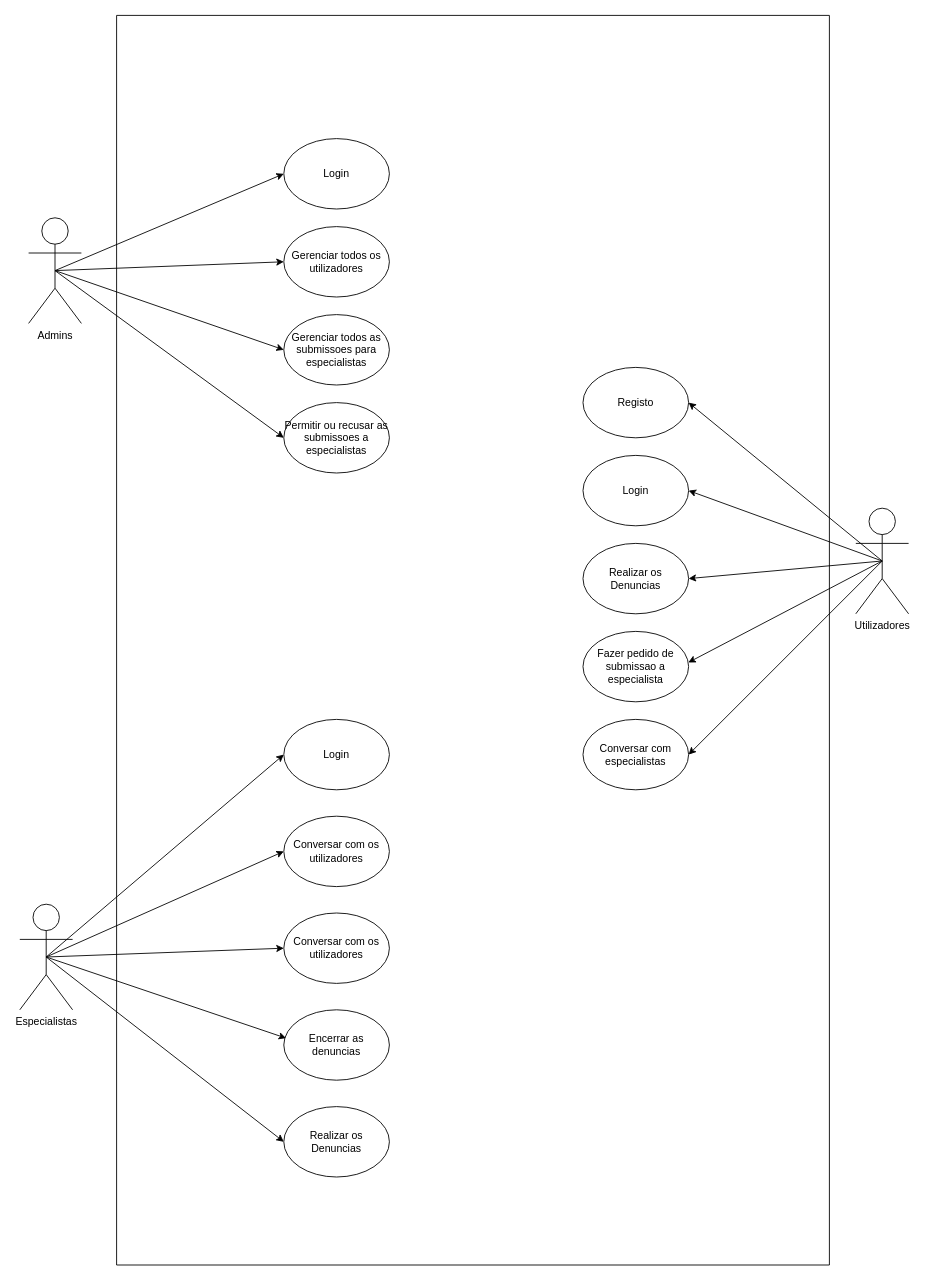
Above: page "Casos de Uso" (1 of 2) of Drawio/Casos_de_Uso.drawio in henriqueolivgp/Plataforma-De-Denuncias-De-Ciberataques (draw.io), before the change. Source tidied: cells renumbered, new cells numbered last; positions are measured from the earlier drawing's top-left corner, leaving out a move shared by most shapes. Both pictures are drawn from the tidied source at 88%, with x=0, y=0 at pixel (19, 15).
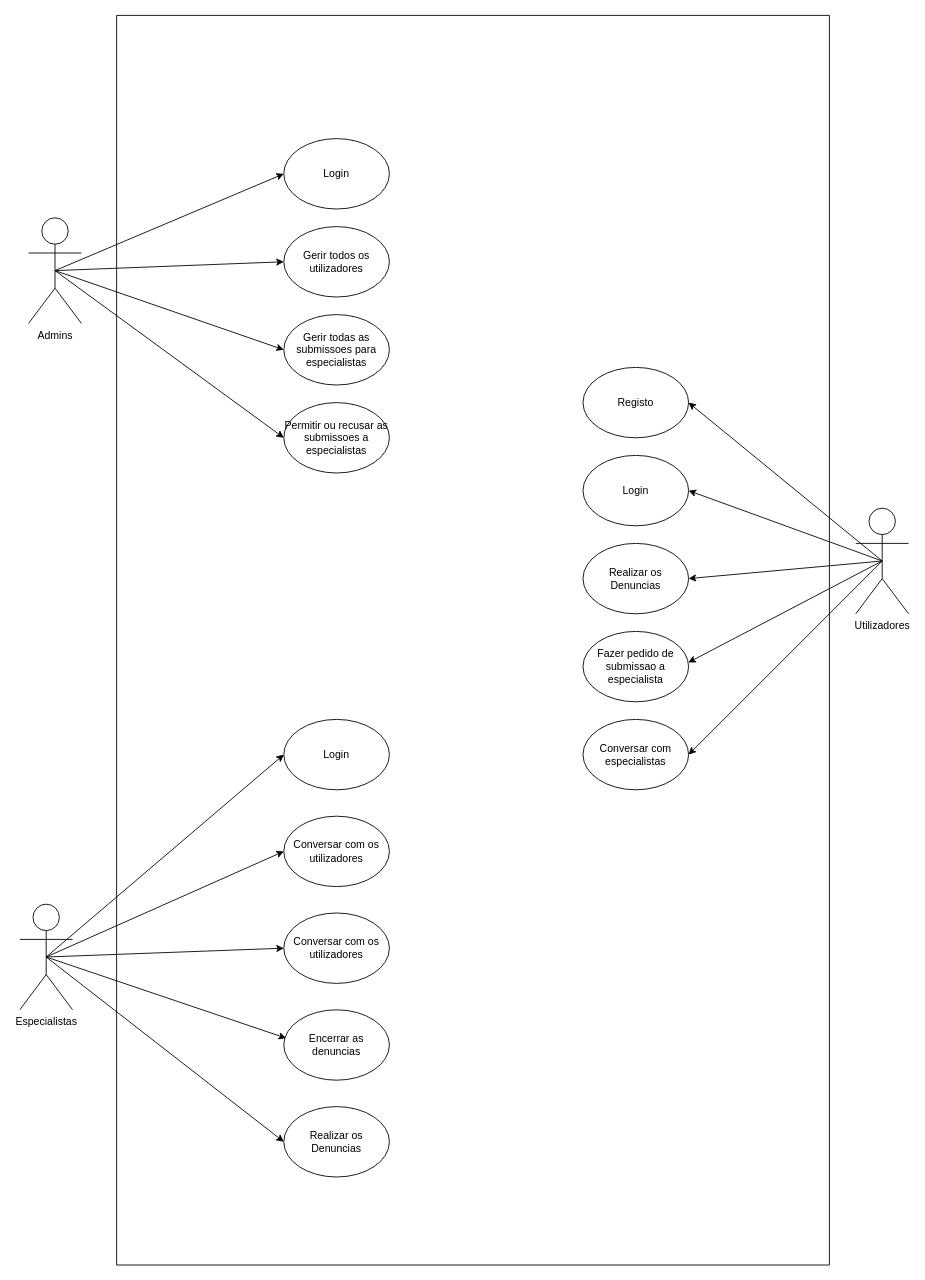
After the change.

The change refers to these unchanged cells:
```xml
<mxCell id="2" style="swimlane;startSize=0;" parent="1" vertex="1">
  <mxGeometry x="110" width="810" height="1420" as="geometry" />
</mxCell>
```

Diff of the diagram source:
```diff
@@
-    <mxCell id="4" value="Gerenciar todos os utilizadores" style="ellipse;whiteSpace=wrap;html=1;" parent="2" vertex="1">
+    <mxCell id="4" value="Gerir todos os utilizadores" style="ellipse;whiteSpace=wrap;html=1;" parent="2" vertex="1">
       <mxGeometry x="190" y="240" width="120" height="80" as="geometry" />
     </mxCell>
-    <mxCell id="5" value="Gerenciar todos as submissoes para especialistas" style="ellipse;whiteSpace=wrap;html=1;" parent="2" vertex="1">
+    <mxCell id="5" value="Gerir todas as submissoes para especialistas" style="ellipse;whiteSpace=wrap;html=1;" parent="2" vertex="1">
       <mxGeometry x="190" y="340" width="120" height="80" as="geometry" />
     </mxCell>
```
